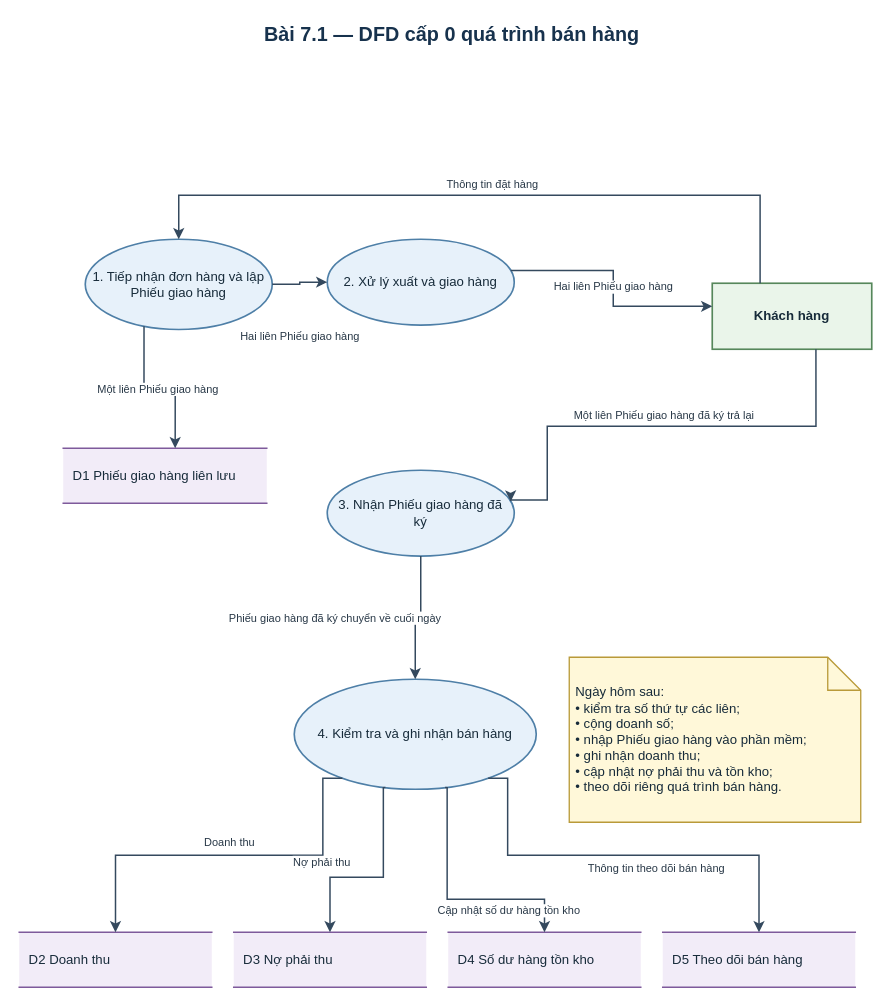
The draw.io diagram assets/drawio/10_sales_level0_dfd.drawio in saigonbaddielover/thtrang, before the edit. Source tidied: cells renumbered, new cells numbered last; positions are measured from the earlier drawing's top-left corner, leaving out a move shared by most shapes. Both pictures are drawn from the tidied source at 110%, with x=0, y=0 at pixel (19, 19).
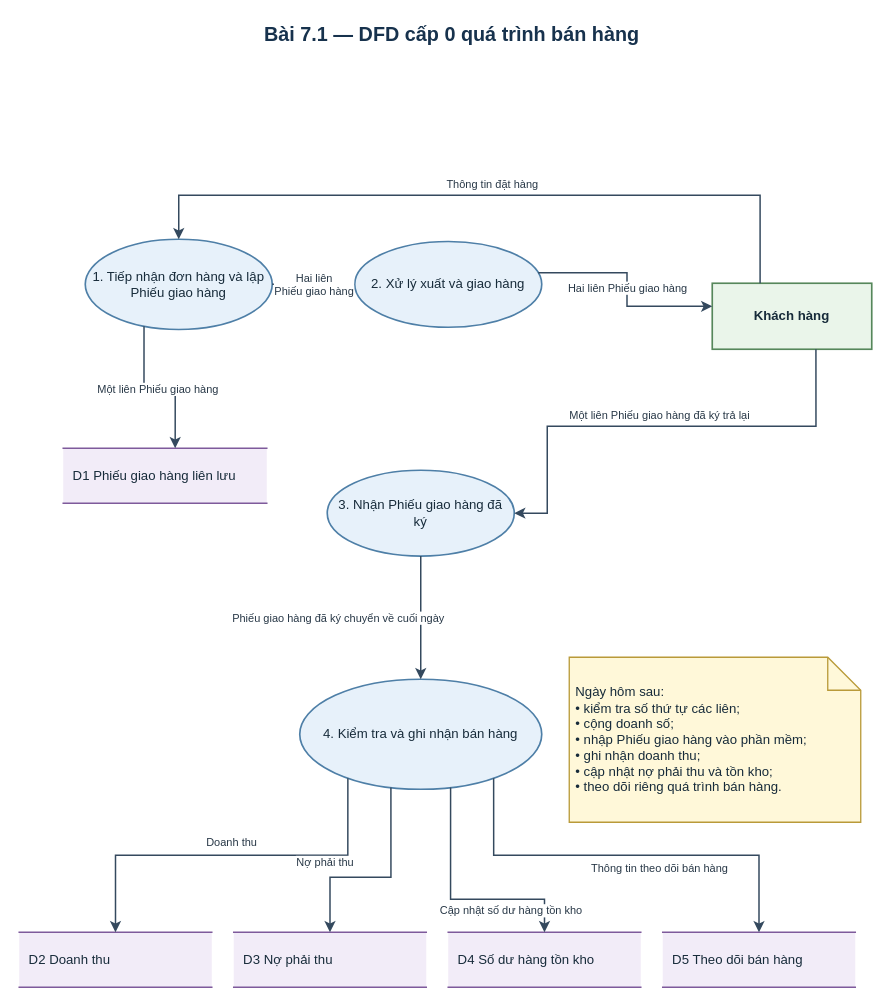
The same page after the edit.

The change refers to these unchanged cells:
```xml
<mxCell id="3" value="Khách hàng" style="rounded=0;html=1;whiteSpace=wrap;fontFamily=Arial;align=center;verticalAlign=middle;fontColor=#172B3A; fontSize=11;fontStyle=1;spacing=5;fillColor=#EAF5EA;strokeColor=#56875B;strokeWidth=1.5;" parent="1" vertex="1">
  <mxGeometry x="630" y="240" width="145" height="60" as="geometry" />
</mxCell>
<mxCell id="4" value="1. Tiếp nhận đơn hàng và lập Phiếu giao hàng" style="shape=ellipse;perimeter=ellipsePerimeter;html=1;whiteSpace=wrap;fontFamily=Arial;align=center;verticalAlign=middle;fontColor=#172B3A; fontSize=11;spacing=5;fillColor=#E7F1FA;strokeColor=#4E7FA7;strokeWidth=1.5;" parent="1" vertex="1">
  <mxGeometry x="60" y="200" width="170" height="82" as="geometry" />
</mxCell>
<mxCell id="6" value="3. Nhận Phiếu giao hàng đã ký" style="shape=ellipse;perimeter=ellipsePerimeter;html=1;whiteSpace=wrap;fontFamily=Arial;align=center;verticalAlign=middle;fontColor=#172B3A; fontSize=11;spacing=5;fillColor=#E7F1FA;strokeColor=#4E7FA7;strokeWidth=1.5;" parent="1" vertex="1">
  <mxGeometry x="280" y="410" width="170" height="78" as="geometry" />
</mxCell>
<mxCell id="9" value="D2  Doanh thu" style="shape=partialRectangle;right=0;left=0;html=1;whiteSpace=wrap;fontFamily=Arial;align=center;verticalAlign=middle;fontColor=#172B3A; fontSize=10;align=left;spacingLeft=7;spacingRight=4;fillColor=#F2ECF8;strokeColor=#7E5A9B;strokeWidth=1.4;" parent="1" vertex="1">
  <mxGeometry y="830" width="175" height="50" as="geometry" />
</mxCell>
<mxCell id="10" value="D3  Nợ phải thu" style="shape=partialRectangle;right=0;left=0;html=1;whiteSpace=wrap;fontFamily=Arial;align=center;verticalAlign=middle;fontColor=#172B3A; fontSize=10;align=left;spacingLeft=7;spacingRight=4;fillColor=#F2ECF8;strokeColor=#7E5A9B;strokeWidth=1.4;" parent="1" vertex="1">
  <mxGeometry x="195" y="830" width="175" height="50" as="geometry" />
</mxCell>
<mxCell id="11" value="D4  Số dư hàng tồn kho" style="shape=partialRectangle;right=0;left=0;html=1;whiteSpace=wrap;fontFamily=Arial;align=center;verticalAlign=middle;fontColor=#172B3A; fontSize=10;align=left;spacingLeft=7;spacingRight=4;fillColor=#F2ECF8;strokeColor=#7E5A9B;strokeWidth=1.4;" parent="1" vertex="1">
  <mxGeometry x="390" y="830" width="175" height="50" as="geometry" />
</mxCell>
<mxCell id="12" value="D5  Theo dõi bán hàng" style="shape=partialRectangle;right=0;left=0;html=1;whiteSpace=wrap;fontFamily=Arial;align=center;verticalAlign=middle;fontColor=#172B3A; fontSize=10;align=left;spacingLeft=7;spacingRight=4;fillColor=#F2ECF8;strokeColor=#7E5A9B;strokeWidth=1.4;" parent="1" vertex="1">
  <mxGeometry x="585" y="830" width="175" height="50" as="geometry" />
</mxCell>
```

The edit, as a diff of the source:
```diff
@@
     <mxCell id="5" value="2. Xử lý xuất và giao hàng" style="shape=ellipse;perimeter=ellipsePerimeter;html=1;whiteSpace=wrap;fontFamily=Arial;align=center;verticalAlign=middle;fontColor=#172B3A; fontSize=11;spacing=5;fillColor=#E7F1FA;strokeColor=#4E7FA7;strokeWidth=1.5;" parent="1" vertex="1">
-      <mxGeometry x="280" y="200" width="170" height="78" as="geometry" />
+      <mxGeometry x="305" y="202" width="170" height="78" as="geometry" />
     </mxCell>
@@
     <mxCell id="7" value="4. Kiểm tra và ghi nhận bán hàng" style="shape=ellipse;perimeter=ellipsePerimeter;html=1;whiteSpace=wrap;fontFamily=Arial;align=center;verticalAlign=middle;fontColor=#172B3A; fontSize=11;spacing=5;fillColor=#E7F1FA;strokeColor=#4E7FA7;strokeWidth=1.5;" parent="1" vertex="1">
-      <mxGeometry x="250" y="600" width="220" height="100" as="geometry" />
+      <mxGeometry x="255" y="600" width="220" height="100" as="geometry" />
     </mxCell>
@@
-    <mxCell id="16" value="Hai liên Phiếu giao hàng" style="edgeStyle=orthogonalEdgeStyle;rounded=0;jettySize=auto;html=1;fontFamily=Arial;fontSize=10;fontColor=#273746;labelBackgroundColor=#FFFFFF;strokeColor=#34495E;strokeWidth=1.35;endArrow=classic;endFill=1;exitX=1;exitY=0.5;entryX=0;entryY=0.5;" parent="1" edge="1" source="4" target="5">
-      <mxGeometry relative="1" as="geometry">
-        <mxPoint y="48" as="offset" />
-      </mxGeometry>
+    <mxCell id="16" value="Hai liên&lt;br&gt;Phiếu giao hàng" style="edgeStyle=orthogonalEdgeStyle;rounded=0;jettySize=auto;html=1;fontFamily=Arial;fontSize=10;fontColor=#273746;labelBackgroundColor=#FFFFFF;strokeColor=#34495E;strokeWidth=1.35;endArrow=classic;endFill=1;exitX=1;exitY=0.5;entryX=0;entryY=0.5;" parent="1" edge="1" source="4" target="5">
+      <mxGeometry relative="1" as="geometry" />
     </mxCell>
@@
-    <mxCell id="18" value="Một liên Phiếu giao hàng đã ký trả lại" style="edgeStyle=orthogonalEdgeStyle;rounded=0;jettySize=auto;html=1;fontFamily=Arial;fontSize=10;fontColor=#273746;labelBackgroundColor=#FFFFFF;strokeColor=#34495E;strokeWidth=1.35;endArrow=classic;endFill=1;exitX=0.65;exitY=1;entryX=1;entryY=0.35;" parent="1" edge="1" source="3" target="6">
+    <mxCell id="18" value="Một liên Phiếu giao hàng đã ký trả lại" style="edgeStyle=orthogonalEdgeStyle;rounded=0;jettySize=auto;html=1;fontFamily=Arial;fontSize=10;fontColor=#273746;labelBackgroundColor=#FFFFFF;strokeColor=#34495E;strokeWidth=1.35;endArrow=classic;endFill=1;exitX=0.65;exitY=1;entryX=1;entryY=0.5;" parent="1" edge="1" source="3" target="6">
       <mxGeometry relative="1" as="geometry">
         <Array as="points">
           <mxPoint x="724" y="370" />
           <mxPoint x="480" y="370" />
-          <mxPoint x="480" y="437" />
+          <mxPoint x="480" y="449" />
         </Array>
         <mxPoint y="-10" as="offset" />
       </mxGeometry>
     </mxCell>
@@
     <mxCell id="20" value="Doanh thu" style="edgeStyle=orthogonalEdgeStyle;rounded=0;jettySize=auto;html=1;fontFamily=Arial;fontSize=10;fontColor=#273746;labelBackgroundColor=#FFFFFF;strokeColor=#34495E;strokeWidth=1.35;endArrow=classic;endFill=1;exitX=0.12;exitY=1;entryX=0.5;entryY=0;" parent="1" edge="1" source="7" target="9">
       <mxGeometry relative="1" as="geometry">
         <Array as="points">
-          <mxPoint x="276" y="760" />
+          <mxPoint x="298.7" y="760" />
           <mxPoint x="88" y="760" />
         </Array>
         <mxPoint y="-12" as="offset" />
       </mxGeometry>
     </mxCell>
     <mxCell id="21" value="Nợ phải thu" style="edgeStyle=orthogonalEdgeStyle;rounded=0;jettySize=auto;html=1;fontFamily=Arial;fontSize=10;fontColor=#273746;labelBackgroundColor=#FFFFFF;strokeColor=#34495E;strokeWidth=1.35;endArrow=classic;endFill=1;exitX=0.37;exitY=1;entryX=0.5;entryY=0;" parent="1" edge="1" source="7" target="10">
       <mxGeometry relative="1" as="geometry">
         <Array as="points">
-          <mxPoint x="331" y="780" />
+          <mxPoint x="337.9" y="780" />
           <mxPoint x="282" y="780" />
         </Array>
         <mxPoint x="-48" y="-14" as="offset" />
       </mxGeometry>
     </mxCell>
     <mxCell id="22" value="Cập nhật số dư hàng tồn kho" style="edgeStyle=orthogonalEdgeStyle;rounded=0;jettySize=auto;html=1;fontFamily=Arial;fontSize=10;fontColor=#273746;labelBackgroundColor=#FFFFFF;strokeColor=#34495E;strokeWidth=1.35;endArrow=classic;endFill=1;exitX=0.63;exitY=1;entryX=0.5;entryY=0;" parent="1" edge="1" source="7" target="11">
       <mxGeometry relative="1" as="geometry">
         <Array as="points">
-          <mxPoint x="389" y="800" />
+          <mxPoint x="392.1" y="800" />
           <mxPoint x="478" y="800" />
         </Array>
         <mxPoint x="48" y="10" as="offset" />
       </mxGeometry>
     </mxCell>
     <mxCell id="23" value="Thông tin theo dõi bán hàng" style="edgeStyle=orthogonalEdgeStyle;rounded=0;jettySize=auto;html=1;fontFamily=Arial;fontSize=10;fontColor=#273746;labelBackgroundColor=#FFFFFF;strokeColor=#34495E;strokeWidth=1.35;endArrow=classic;endFill=1;exitX=0.88;exitY=1;entryX=0.5;entryY=0;" parent="1" edge="1" source="7" target="12">
       <mxGeometry relative="1" as="geometry">
         <Array as="points">
-          <mxPoint x="444" y="760" />
+          <mxPoint x="431.3" y="760" />
           <mxPoint x="672" y="760" />
         </Array>
         <mxPoint x="30" y="12" as="offset" />
       </mxGeometry>
     </mxCell>
```
